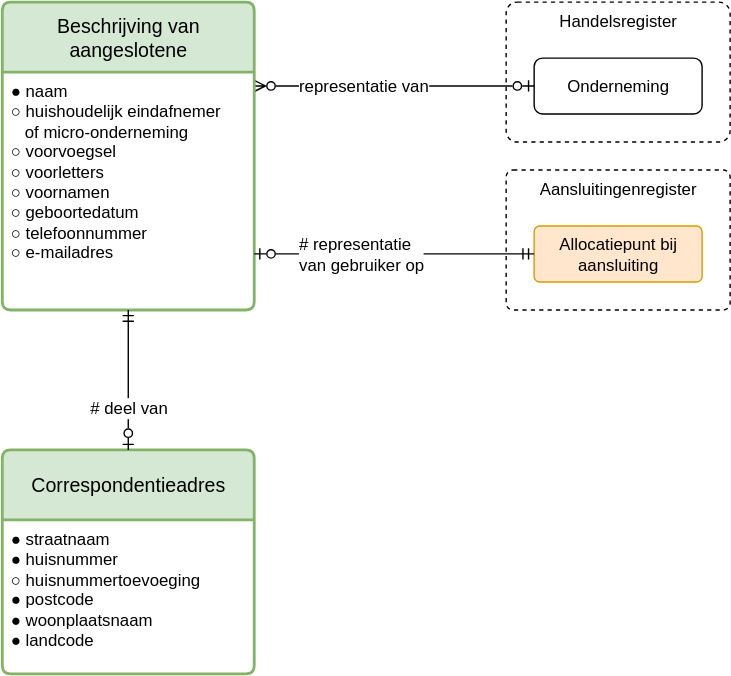
sefanja/nbnl-conceptuele-informatiemodellen keeps this draw.io diagram as modellen/registers/aangeslotenenregister/1.0.0/model.drawio.svg. Above is the earlier version. Source tidied: cells renumbered, new cells last; positions are measured from the earlier drawing's top-left corner, leaving out a move shared by most shapes.
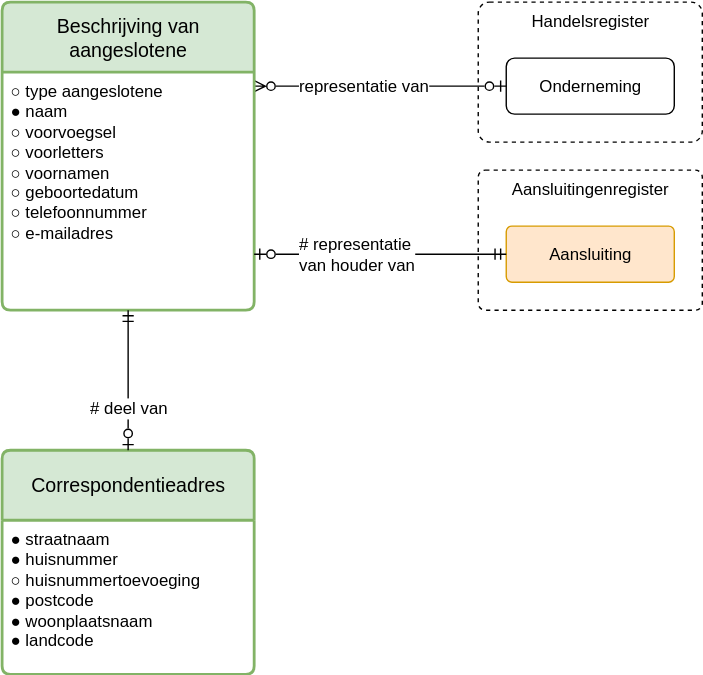
After the commit.

Diff of the diagram source:
```diff
@@ -12,16 +12,16 @@
       <mxGeometry x="380" y="40" width="120" height="40" as="geometry" />
     </mxCell>
     <mxCell id="5" value="representatie van" style="fontSize=12;html=1;endArrow=ERzeroToOne;startArrow=ERzeroToMany;rounded=0;endFill=0;startFill=0;elbow=vertical;align=left;edgeStyle=elbowEdgeStyle;" parent="1" edge="1" source="6" target="4">
-      <mxGeometry x="-0.7" relative="1" as="geometry" />
+      <mxGeometry x="-0.67" relative="1" as="geometry" />
     </mxCell>
     <mxCell id="6" value="&lt;div&gt;&lt;span style=&quot;background-color: transparent; color: light-dark(rgb(0, 0, 0), rgb(255, 255, 255));&quot;&gt;Beschrijving van aangeslotene&lt;/span&gt;&lt;/div&gt;" style="swimlane;horizontal=1;startSize=50;rounded=1;fontSize=14;fontStyle=0;strokeWidth=2;shadow=0;dashed=0;align=center;arcSize=4;whiteSpace=wrap;html=1;fillColor=#d5e8d4;strokeColor=#82b366;" parent="1" vertex="1">
-      <mxGeometry width="180" height="220" as="geometry" />
+      <mxGeometry x="20" width="180" height="220" as="geometry" />
     </mxCell>
-    <mxCell id="7" value="&lt;div&gt;● naam&lt;/div&gt;&lt;div&gt;&lt;div&gt;&lt;span style=&quot;background-color: transparent;&quot;&gt;○&amp;nbsp;&lt;/span&gt;&lt;span style=&quot;background-color: transparent; color: light-dark(rgb(0, 0, 0), rgb(255, 255, 255));&quot;&gt;huishoudelijk eindafnemer&lt;/span&gt;&lt;/div&gt;&lt;div&gt;&lt;span style=&quot;background-color: transparent; color: light-dark(rgb(0, 0, 0), rgb(255, 255, 255));&quot;&gt;&amp;nbsp; &amp;nbsp;of&amp;nbsp;&lt;/span&gt;&lt;span style=&quot;background-color: transparent; color: light-dark(rgb(0, 0, 0), rgb(255, 255, 255));&quot;&gt;micro-onderneming&lt;/span&gt;&lt;/div&gt;&lt;/div&gt;&lt;div&gt;&lt;span style=&quot;background-color: transparent; color: light-dark(rgb(0, 0, 0), rgb(255, 255, 255));&quot;&gt;○ voorvoegsel&lt;/span&gt;&lt;/div&gt;&lt;div&gt;○ voorletters&lt;/div&gt;&lt;div&gt;○ voornamen&lt;/div&gt;&lt;div&gt;○ geboortedatum&lt;/div&gt;&lt;div&gt;&lt;span style=&quot;background-color: transparent; color: light-dark(rgb(0, 0, 0), rgb(255, 255, 255));&quot;&gt;○ telefoonnummer&lt;/span&gt;&lt;/div&gt;&lt;div&gt;&lt;div&gt;○ e-mailadres&lt;/div&gt;&lt;/div&gt;" style="align=left;strokeColor=none;fillColor=none;spacingLeft=4;spacingRight=4;fontSize=12;verticalAlign=top;html=1;whiteSpace=wrap;" parent="6" vertex="1">
+    <mxCell id="7" value="&lt;div&gt;○ type aangeslotene&lt;/div&gt;&lt;div&gt;● naam&lt;/div&gt;&lt;div&gt;&lt;div&gt;&lt;span style=&quot;background-color: transparent; color: light-dark(rgb(0, 0, 0), rgb(255, 255, 255));&quot;&gt;○ voorvoegsel&lt;/span&gt;&lt;/div&gt;&lt;/div&gt;&lt;div&gt;○ voorletters&lt;/div&gt;&lt;div&gt;○ voornamen&lt;/div&gt;&lt;div&gt;○ geboortedatum&lt;/div&gt;&lt;div&gt;&lt;span style=&quot;background-color: transparent; color: light-dark(rgb(0, 0, 0), rgb(255, 255, 255));&quot;&gt;○ telefoonnummer&lt;/span&gt;&lt;/div&gt;&lt;div&gt;&lt;div&gt;○ e-mailadres&lt;/div&gt;&lt;/div&gt;" style="align=left;strokeColor=none;fillColor=none;spacingLeft=4;spacingRight=4;fontSize=12;verticalAlign=top;html=1;whiteSpace=wrap;" parent="6" vertex="1">
       <mxGeometry y="50" width="180" height="170" as="geometry" />
     </mxCell>
     <mxCell id="8" value="&lt;div&gt;Correspondentieadres&lt;/div&gt;" style="swimlane;horizontal=1;startSize=50;rounded=1;fontSize=14;fontStyle=0;strokeWidth=2;shadow=0;dashed=0;align=center;arcSize=4;whiteSpace=wrap;html=1;fillColor=#d5e8d4;strokeColor=#82b366;" parent="1" vertex="1">
-      <mxGeometry y="320" width="180" height="160" as="geometry" />
+      <mxGeometry x="20" y="320" width="180" height="160" as="geometry" />
     </mxCell>
     <mxCell id="9" value="&lt;div&gt;&lt;span style=&quot;background-color: transparent; color: light-dark(rgb(0, 0, 0), rgb(255, 255, 255));&quot;&gt;●&lt;/span&gt;&amp;nbsp;straatnaam&lt;/div&gt;&lt;div&gt;&lt;span style=&quot;background-color: transparent; color: light-dark(rgb(0, 0, 0), rgb(255, 255, 255));&quot;&gt;●&lt;/span&gt;&amp;nbsp;huisnummer&lt;/div&gt;&lt;div&gt;○ huisnummertoevoeging&lt;/div&gt;&lt;div&gt;&lt;span style=&quot;background-color: transparent; color: light-dark(rgb(0, 0, 0), rgb(255, 255, 255));&quot;&gt;●&lt;/span&gt;&amp;nbsp;postcode&lt;/div&gt;&lt;div&gt;&lt;span style=&quot;background-color: transparent; color: light-dark(rgb(0, 0, 0), rgb(255, 255, 255));&quot;&gt;●&lt;/span&gt;&amp;nbsp;woonplaatsnaam&lt;/div&gt;&lt;div&gt;&lt;span style=&quot;background-color: transparent; color: light-dark(rgb(0, 0, 0), rgb(255, 255, 255));&quot;&gt;●&lt;/span&gt;&amp;nbsp;landcode&lt;/div&gt;" style="align=left;strokeColor=none;fillColor=none;spacingLeft=4;spacingRight=4;fontSize=12;verticalAlign=top;html=1;whiteSpace=wrap;" parent="8" vertex="1">
       <mxGeometry y="50" width="180" height="110" as="geometry" />
@@ -29,11 +29,11 @@
     <mxCell id="10" value="# deel van" style="edgeStyle=elbowEdgeStyle;fontSize=12;html=1;endArrow=ERmandOne;startArrow=ERzeroToOne;rounded=0;endFill=0;startFill=0;elbow=vertical;align=center;" parent="1" edge="1" source="8" target="6">
       <mxGeometry x="-0.4" relative="1" as="geometry" />
     </mxCell>
-    <mxCell id="11" value="Allocatiepunt bij aansluiting" style="rounded=1;arcSize=10;whiteSpace=wrap;html=1;align=center;fillColor=#ffe6cc;strokeColor=#d79b00;" parent="1" vertex="1">
+    <mxCell id="11" value="Aansluiting" style="rounded=1;arcSize=10;whiteSpace=wrap;html=1;align=center;fillColor=#ffe6cc;strokeColor=#d79b00;" parent="1" vertex="1">
       <mxGeometry x="380" y="160" width="120" height="40" as="geometry" />
     </mxCell>
-    <mxCell id="12" value="# representatie&lt;div&gt;van gebruiker op&lt;/div&gt;" style="edgeStyle=elbowEdgeStyle;fontSize=12;html=1;endArrow=ERmandOne;startArrow=ERzeroToOne;rounded=0;endFill=0;startFill=0;elbow=vertical;align=left;" parent="1" edge="1" source="6" target="11">
-      <mxGeometry x="-0.7" relative="1" as="geometry" />
+    <mxCell id="12" value="# representatie&lt;div&gt;van houder van&lt;/div&gt;" style="edgeStyle=elbowEdgeStyle;fontSize=12;html=1;endArrow=ERmandOne;startArrow=ERzeroToOne;rounded=0;endFill=0;startFill=0;elbow=vertical;align=left;" parent="1" edge="1" source="6" target="11">
+      <mxGeometry x="-0.67" relative="1" as="geometry" />
     </mxCell>
   </root>
 </mxGraphModel>
```
